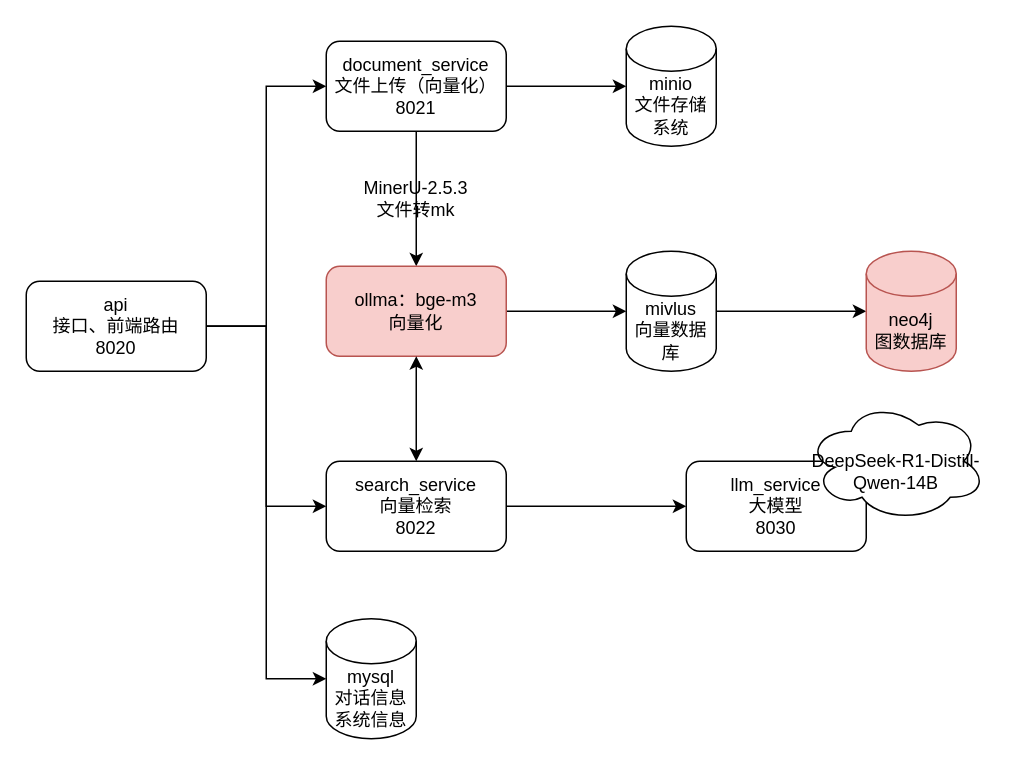
This is knowledge.drawio from gransier/drawio, a draw.io file, before an edit. Source tidied: cells renumbered, new cells numbered last; positions are measured from the earlier drawing's top-left corner, leaving out a move shared by most shapes. Both pictures are drawn from the tidied source at 150%, with x=0, y=0 at pixel (26, 26).
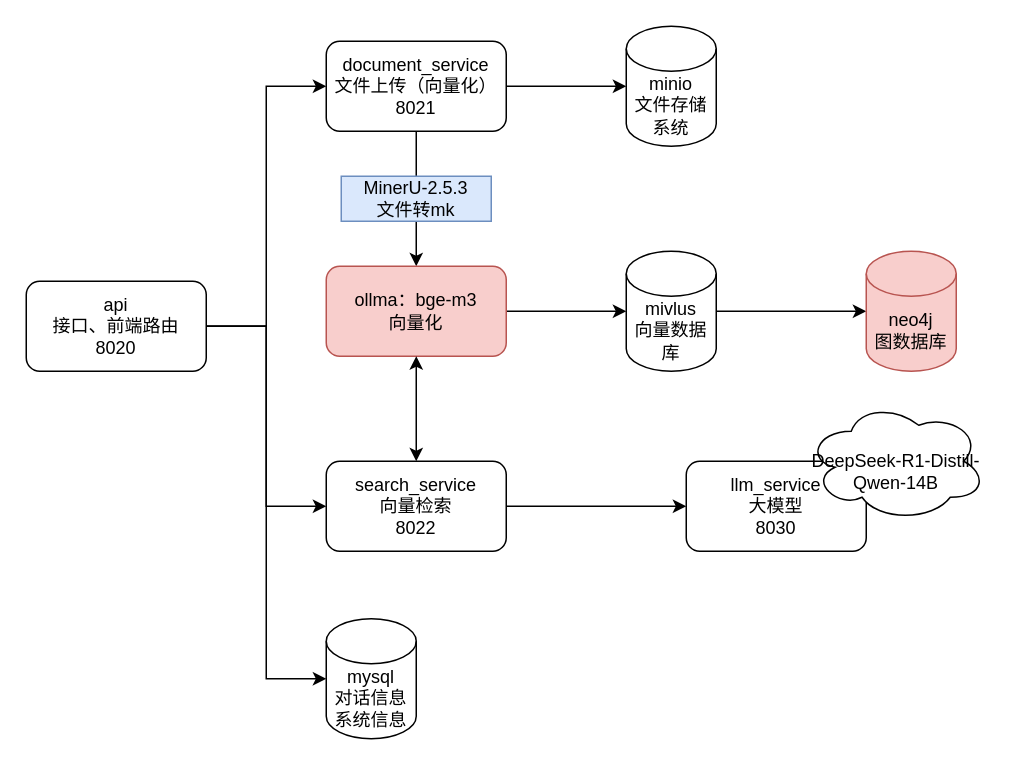
Above is the later version.

The edit, as a diff of the source:
```diff
@@
-    <mxCell id="20" value="MinerU-2.5.3&lt;div&gt;文件转mk&lt;/div&gt;" style="text;html=1;whiteSpace=wrap;strokeColor=none;fillColor=none;align=center;verticalAlign=middle;rounded=0;" parent="1" vertex="1">
+    <mxCell id="20" value="MinerU-2.5.3&lt;div&gt;文件转mk&lt;/div&gt;" style="text;html=1;whiteSpace=wrap;strokeColor=#6c8ebf;fillColor=#dae8fc;align=center;verticalAlign=middle;rounded=0;" parent="1" vertex="1">
       <mxGeometry x="210" y="100" width="100" height="30" as="geometry" />
     </mxCell>
```
